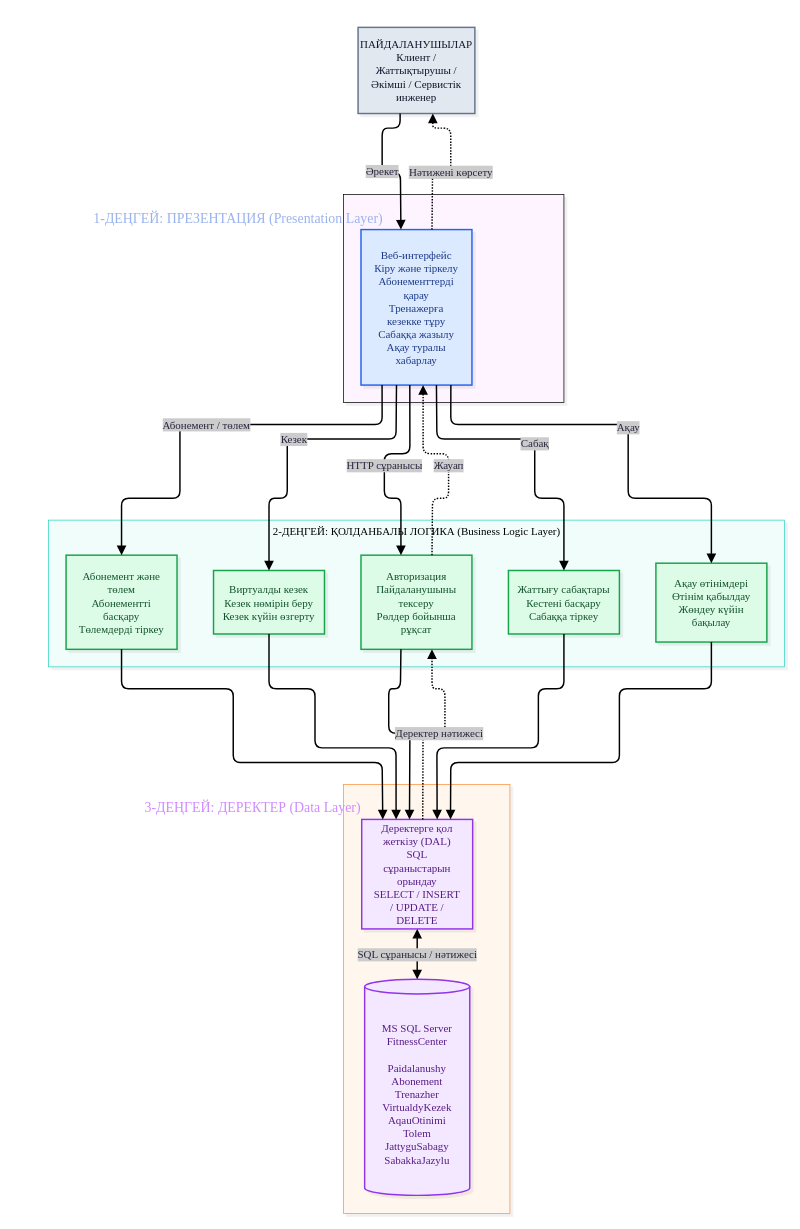
The draw.io diagram docs/diagrams/3 level architecture.drawio in Gizzat06/Fitness, before the edit. Source tidied: cells renumbered, new cells numbered last; positions are measured from the earlier drawing's top-left corner, leaving out a move shared by most shapes. Both pictures are drawn from the tidied source at 73%, with x=0, y=0 at pixel (26, 12).
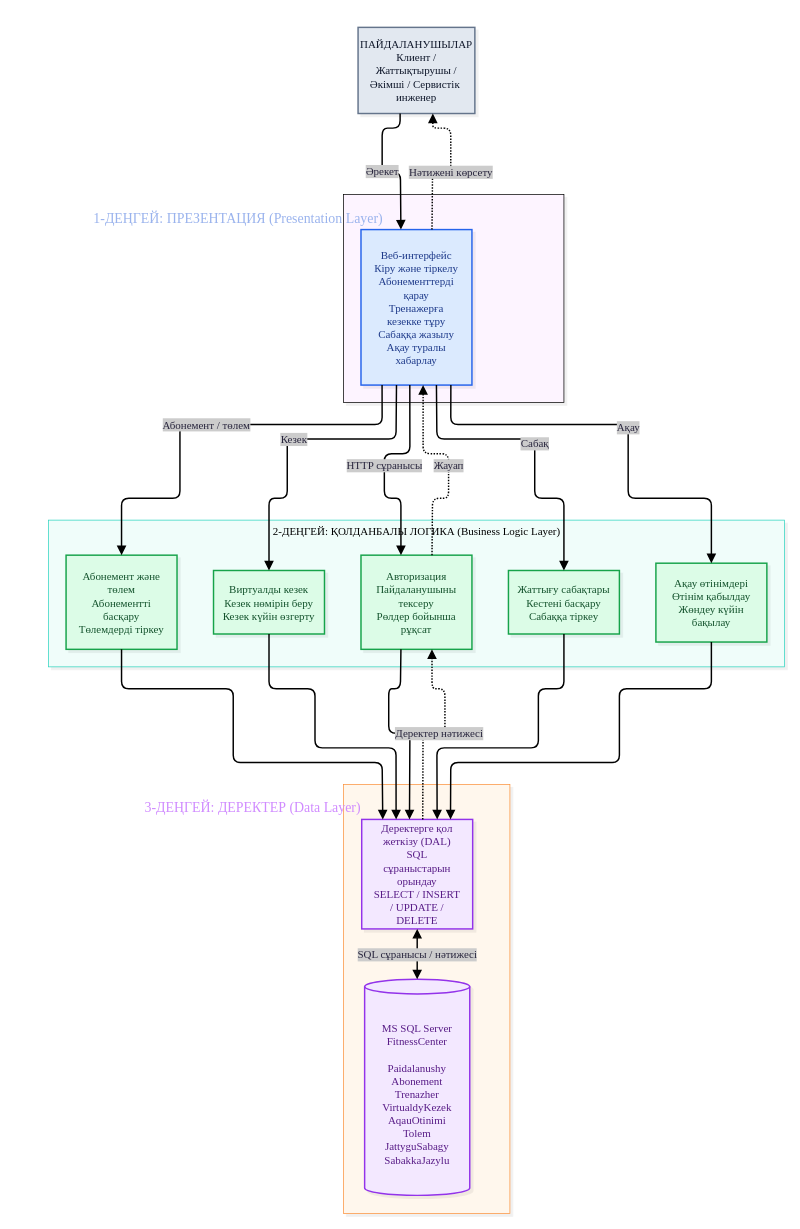
Above is the later version.

The change refers to these unchanged cells:
```xml
<mxCell id="2" style="group;transparentBounds=1;editIcon=1;lockedGroup=0;groupPadding=10;fontSize=15;fontFamily=Times New Roman;" parent="1" vertex="1">
  <mxGeometry as="geometry" />
</mxCell>
```

What changed in the source:
```diff
@@
-    <mxCell id="15" value="ПАЙДАЛАНУШЫЛАР&lt;br&gt;Клиент / Жаттықтырушы / Әкімші / Сервистік инженер" style="html=1;whiteSpace=wrap;strokeWidth=2;fillColor=#e2e8f0;strokeColor=#64748b;fontColor=#0f172a;fontFamily=Times New Roman;fontSize=15;shadow=1;shadowColor=#000000;shadowOffsetX=4;shadowOffsetY=4;shadowBlur=0;shadowOpacity=6;labelWidth=120;" parent="2" vertex="1">
+    <mxCell id="15" value="ПАЙДАЛАНУШЫЛАР&lt;br&gt;Клиент / Жаттықтырушы / Әкімші / Сервистік&amp;nbsp; инженер" style="html=1;whiteSpace=wrap;strokeWidth=2;fillColor=#e2e8f0;strokeColor=#64748b;fontColor=#0f172a;fontFamily=Times New Roman;fontSize=15;shadow=1;shadowColor=#000000;shadowOffsetX=4;shadowOffsetY=4;shadowBlur=0;shadowOpacity=6;labelWidth=120;" parent="2" vertex="1">
       <mxGeometry x="454" y="20" width="160" height="118" as="geometry" />
     </mxCell>
```
